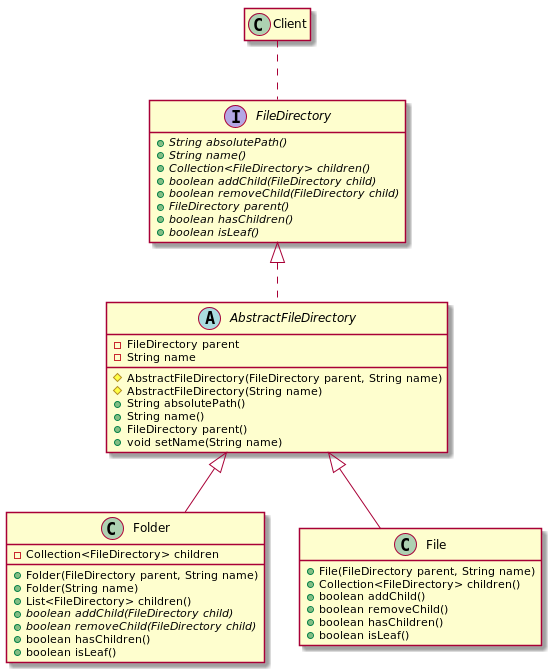
The PlantUML diagram DesignPatternsElementsOfReusableObjectOrientesSoftware/Chapter04/Composite/image/code_class_design.png in lealceldeiro/gems, before a commit. Source of this version:
```plantuml
@startuml

interface FileDirectory {
    + {abstract} String absolutePath()
    + {abstract} String name()
    + {abstract} Collection<FileDirectory> children()
    + {abstract} boolean addChild(FileDirectory child)
    + {abstract} boolean removeChild(FileDirectory child)
    + {abstract} FileDirectory parent()
    + {abstract} boolean hasChildren()
    + {abstract} boolean isLeaf()
}

abstract class AbstractFileDirectory implements FileDirectory {
    - FileDirectory parent
    - String name
    # AbstractFileDirectory(FileDirectory parent, String name)
    # AbstractFileDirectory(String name)
    + String absolutePath()
    + String name()
    + FileDirectory parent()
    + void setName(String name)
}

class Folder extends AbstractFileDirectory {
    - Collection<FileDirectory> children
    + Folder(FileDirectory parent, String name)
    + Folder(String name)
    + List<FileDirectory> children()
    + {abstract} boolean addChild(FileDirectory child)
    + {abstract} boolean removeChild(FileDirectory child)
    + boolean hasChildren()
    + boolean isLeaf()
}


class File extends AbstractFileDirectory {
    + File(FileDirectory parent, String name)
    + Collection<FileDirectory> children()
    + boolean addChild()
    + boolean removeChild()
    + boolean hasChildren()
    + boolean isLeaf()
}

class Client

Client .. FileDirectory

hide empty members

@enduml
```
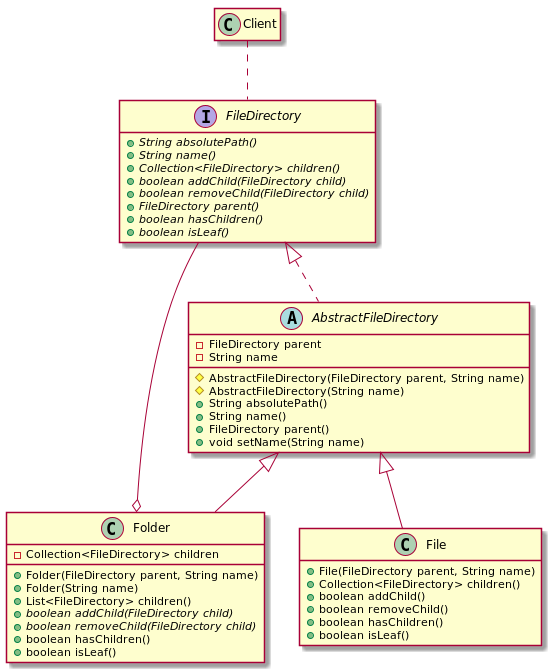
After the change.

Commit message:
Update class design images

What changed in the source:
```diff
@@ -33,6 +33,7 @@
     + boolean isLeaf()
 }
 
+Folder o-- FileDirectory
 
 class File extends AbstractFileDirectory {
     + File(FileDirectory parent, String name)
```
